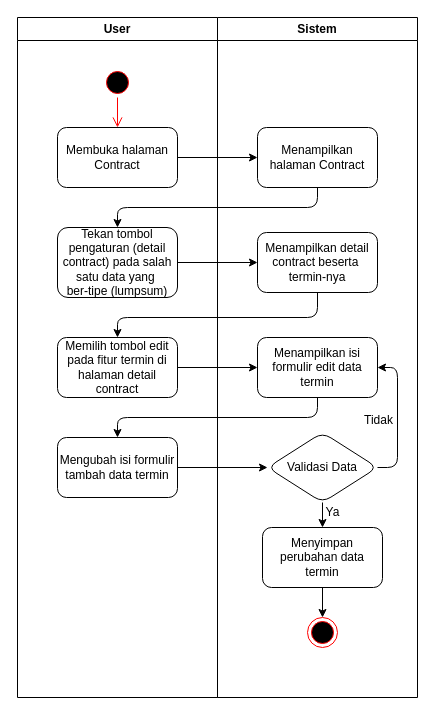
Earlier version of the draw.io diagram contract/edittermin.drawio (rismanrhz/idms). Source tidied: cells renumbered, new cells numbered last; positions are measured from the earlier drawing's top-left corner, leaving out a move shared by most shapes. Both pictures are drawn from the tidied source at 100%, with x=0, y=0 at pixel (17, 17).
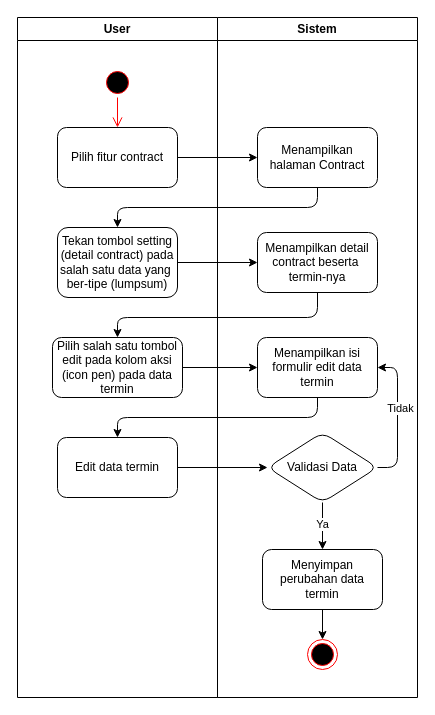
Above is the later version.

Unchanged cells that the change refers to:
```xml
<mxCell id="2" value="User" style="swimlane;whiteSpace=wrap;html=1;" parent="1" vertex="1">
  <mxGeometry width="200" height="680" as="geometry" />
</mxCell>
<mxCell id="7" value="Sistem" style="swimlane;whiteSpace=wrap;html=1;" parent="1" vertex="1">
  <mxGeometry x="200" width="200" height="680" as="geometry" />
</mxCell>
<mxCell id="18" style="edgeStyle=none;html=1;entryX=1;entryY=0.5;entryDx=0;entryDy=0;" parent="1" edge="1" source="20" target="17">
  <mxGeometry relative="1" as="geometry">
    <Array as="points">
      <mxPoint x="380" y="450" />
      <mxPoint x="380" y="350" />
    </Array>
  </mxGeometry>
</mxCell>
<mxCell id="19" style="edgeStyle=none;html=1;" parent="1" edge="1" source="20" target="10">
  <mxGeometry relative="1" as="geometry" />
</mxCell>
```

Diff of the diagram source:
```diff
@@
-    <mxCell id="4" value="Membuka halaman Contract" style="rounded=1;whiteSpace=wrap;html=1;" parent="2" vertex="1">
+    <mxCell id="4" value="Pilih fitur contract" style="rounded=1;whiteSpace=wrap;html=1;" parent="2" vertex="1">
       <mxGeometry x="40" y="110" width="120" height="60" as="geometry" />
     </mxCell>
@@
-    <mxCell id="6" value="Tekan tombol pengaturan (detail contract) pada salah satu data yang&amp;nbsp;&lt;div&gt;ber-tipe (lumpsum)&lt;/div&gt;" style="rounded=1;whiteSpace=wrap;html=1;" parent="2" vertex="1">
+    <mxCell id="6" value="Tekan tombol setting (detail contract) pada salah satu data yang&amp;nbsp;&lt;div&gt;ber-tipe (lumpsum)&lt;/div&gt;" style="rounded=1;whiteSpace=wrap;html=1;" parent="2" vertex="1">
       <mxGeometry x="40" y="210" width="120" height="70" as="geometry" />
     </mxCell>
@@
     <mxCell id="10" value="Menyimpan perubahan data termin" style="rounded=1;whiteSpace=wrap;html=1;" parent="7" vertex="1">
-      <mxGeometry x="45" y="510" width="120" height="60" as="geometry" />
+      <mxGeometry x="45" y="532" width="120" height="60" as="geometry" />
     </mxCell>
-    <mxCell id="11" value="Tidak" style="text;html=1;align=center;verticalAlign=middle;strokeColor=none;fillColor=none;" parent="7" vertex="1">
-      <mxGeometry x="136" y="388" width="50" height="30" as="geometry" />
-    </mxCell>
@@
-    <mxCell id="15" value="Memilih tombol edit pada fitur termin di halaman detail contract" style="rounded=1;whiteSpace=wrap;html=1;" parent="1" vertex="1">
-      <mxGeometry x="40" y="320" width="120" height="60" as="geometry" />
+    <mxCell id="15" value="&lt;span style=&quot;color: rgb(0, 0, 0);&quot;&gt;Pilih salah satu tombol edit pada kolom aksi&lt;/span&gt;&lt;div&gt;(icon pen) pada data termin&lt;/div&gt;" style="rounded=1;whiteSpace=wrap;html=1;" parent="1" vertex="1">
+      <mxGeometry x="35" y="320" width="130" height="60" as="geometry" />
     </mxCell>
-    <mxCell id="16" value="Mengubah isi formulir tambah data termin" style="rounded=1;whiteSpace=wrap;html=1;" parent="1" vertex="1">
+    <mxCell id="16" value="Edit data termin" style="rounded=1;whiteSpace=wrap;html=1;" parent="1" vertex="1">
       <mxGeometry x="40" y="420" width="120" height="60" as="geometry" />
     </mxCell>
@@
+    <mxCell id="11" value="Tidak" style="edgeLabel;html=1;align=center;verticalAlign=middle;" parent="18" vertex="1">
+      <mxGeometry x="0.14" y="-2" relative="1" as="geometry" />
+    </mxCell>
@@
+    <mxCell id="22" value="Ya" style="edgeLabel;html=1;align=center;verticalAlign=middle;" parent="19" vertex="1">
+      <mxGeometry x="-0.1" y="-1" relative="1" as="geometry" />
+    </mxCell>
@@
-    <mxCell id="22" value="Ya" style="text;html=1;align=center;verticalAlign=middle;strokeColor=none;fillColor=none;" parent="1" vertex="1">
-      <mxGeometry x="295" y="480" width="40" height="30" as="geometry" />
-    </mxCell>
     <mxCell id="23" style="ellipse;html=1;shape=endState;fillColor=#000000;strokeColor=#ff0000;" parent="1" vertex="1">
-      <mxGeometry x="290" y="600" width="30" height="30" as="geometry" />
+      <mxGeometry x="290" y="622" width="30" height="30" as="geometry" />
     </mxCell>
```
